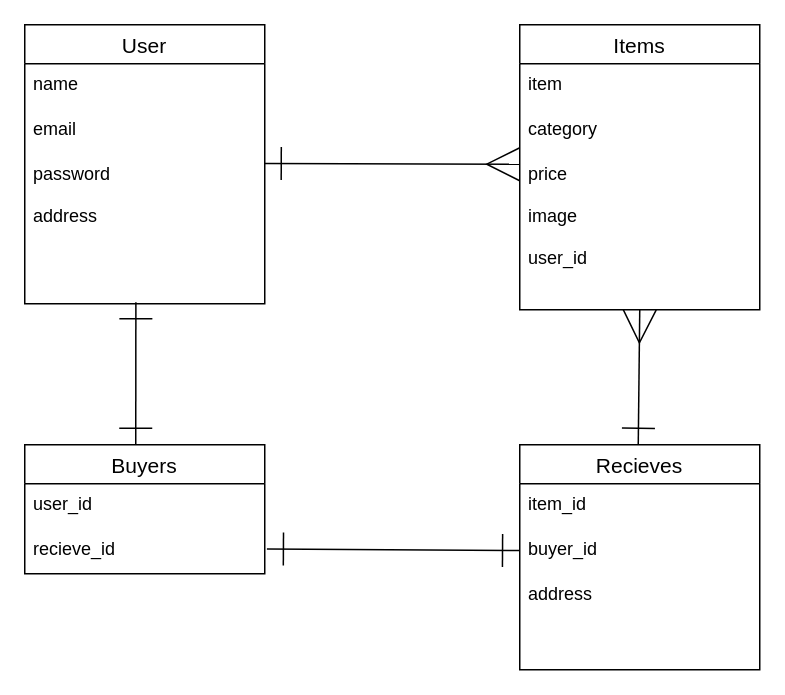
KazutakaSuzuki/furima-39272 keeps this draw.io diagram as ER.dio. Above is the earlier version. Source tidied: cells renumbered, new cells numbered last; positions are measured from the earlier drawing's top-left corner, leaving out a move shared by most shapes. Both pictures are drawn from the tidied source at 150%, with x=0, y=0 at pixel (24, 24).
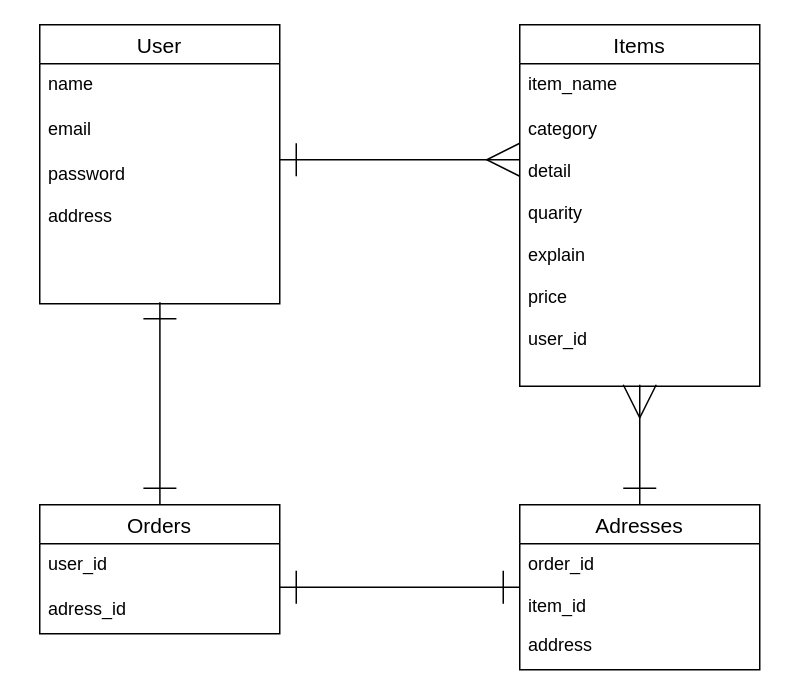
The same diagram, later.

Commit message (it also covers changes not shown here):
ER図/テーブル設計修正1

Unchanged cells that the change refers to:
```xml
<mxCell id="5" value="password&#10;&#10;address" style="text;strokeColor=none;fillColor=none;spacingLeft=4;spacingRight=4;overflow=hidden;points=[[0,0.5],[1,0.5]];portConstraint=eastwest;fontSize=12;" parent="2" vertex="1">
  <mxGeometry y="86" width="160" height="100" as="geometry" />
</mxCell>
```

Diff of the diagram source:
```diff
@@
     <mxCell id="2" value="User" style="swimlane;fontStyle=0;horizontal=1;startSize=26;align=center;fontSize=14;" parent="1" vertex="1">
-      <mxGeometry width="160" height="186" as="geometry" />
+      <mxGeometry x="10" width="160" height="186" as="geometry" />
     </mxCell>
@@
-    <mxCell id="6" value="Items" style="swimlane;fontStyle=0;horizontal=1;startSize=26;align=center;fontSize=14;" parent="1" vertex="1">
-      <mxGeometry x="330" width="160" height="190" as="geometry" />
+    <mxCell id="6" value="Items" style="swimlane;fontStyle=0;horizontal=1;startSize=26;align=center;fontSize=14;swimlaneLine=1;strokeColor=default;" parent="1" vertex="1">
+      <mxGeometry x="330" width="160" height="241" as="geometry" />
     </mxCell>
-    <mxCell id="7" value="item" style="text;strokeColor=none;fillColor=none;spacingLeft=4;spacingRight=4;overflow=hidden;fontSize=12;" parent="6" vertex="1">
+    <mxCell id="7" value="item_name" style="text;strokeColor=none;fillColor=none;spacingLeft=4;spacingRight=4;overflow=hidden;fontSize=12;" parent="6" vertex="1">
       <mxGeometry y="26" width="160" height="30" as="geometry" />
     </mxCell>
-    <mxCell id="8" value="category" style="text;strokeColor=none;fillColor=none;spacingLeft=4;spacingRight=4;overflow=hidden;fontSize=12;" parent="6" vertex="1">
-      <mxGeometry y="56" width="160" height="30" as="geometry" />
+    <mxCell id="8" value="category&#10;&#10;detail&#10;&#10;quarity&#10;&#10;explain&#10;&#10;price&#10;&#10;user_id&#10;&#10;&#10;&#10;&#10;&#10;&#10;&#10;&#10;" style="text;strokeColor=none;fillColor=none;spacingLeft=4;spacingRight=4;overflow=hidden;fontSize=12;" parent="6" vertex="1">
+      <mxGeometry y="56" width="160" height="185" as="geometry" />
     </mxCell>
-    <mxCell id="9" value="price&#10;&#10;image&#10;&#10;user_id&#10;" style="text;strokeColor=none;fillColor=none;spacingLeft=4;spacingRight=4;overflow=hidden;fontSize=12;" parent="6" vertex="1">
-      <mxGeometry y="86" width="160" height="104" as="geometry" />
-    </mxCell>
-    <mxCell id="10" value="Recieves" style="swimlane;fontStyle=0;horizontal=1;startSize=26;align=center;fontSize=14;" parent="1" vertex="1">
-      <mxGeometry x="330" y="280" width="160" height="150" as="geometry" />
+    <mxCell id="10" value="Adresses" style="swimlane;fontStyle=0;horizontal=1;startSize=26;align=center;fontSize=14;" parent="1" vertex="1">
+      <mxGeometry x="330" y="320" width="160" height="110" as="geometry" />
     </mxCell>
+    <mxCell id="13" value="order_id&#10;&#10;item_id" style="text;strokeColor=none;fillColor=none;spacingLeft=4;spacingRight=4;overflow=hidden;fontSize=12;" parent="10" vertex="1">
+      <mxGeometry y="26" width="160" height="54" as="geometry" />
+    </mxCell>
-    <mxCell id="11" value="item_id" style="text;strokeColor=none;fillColor=none;spacingLeft=4;spacingRight=4;overflow=hidden;fontSize=12;" parent="10" vertex="1">
-      <mxGeometry y="26" width="160" height="30" as="geometry" />
+    <mxCell id="11" value="address&#10;" style="text;strokeColor=none;fillColor=none;spacingLeft=4;spacingRight=4;overflow=hidden;fontSize=12;" parent="10" vertex="1">
+      <mxGeometry y="80" width="160" height="30" as="geometry" />
     </mxCell>
-    <mxCell id="12" value="buyer_id" style="text;strokeColor=none;fillColor=none;spacingLeft=4;spacingRight=4;overflow=hidden;points=[[0,0.5],[1,0.5]];portConstraint=eastwest;fontSize=12;" parent="10" vertex="1">
-      <mxGeometry y="56" width="160" height="30" as="geometry" />
-    </mxCell>
-    <mxCell id="13" value="address" style="text;strokeColor=none;fillColor=none;spacingLeft=4;spacingRight=4;overflow=hidden;fontSize=12;" parent="10" vertex="1">
-      <mxGeometry y="86" width="160" height="64" as="geometry" />
-    </mxCell>
     <mxCell id="14" style="endArrow=ERmany;html=1;rounded=0;strokeWidth=1;endSize=20;targetPerimeterSpacing=20;jumpSize=6;startArrow=ERone;startFill=0;sourcePerimeterSpacing=20;endFill=0;startSize=20;" parent="1" edge="1">
       <mxGeometry relative="1" as="geometry">
-        <mxPoint x="409" y="280" as="sourcePoint" />
-        <mxPoint x="410" y="190" as="targetPoint" />
+        <mxPoint x="410" y="320" as="sourcePoint" />
+        <mxPoint x="410" y="240" as="targetPoint" />
       </mxGeometry>
     </mxCell>
-    <mxCell id="15" style="endArrow=ERone;html=1;rounded=0;strokeWidth=1;endSize=20;targetPerimeterSpacing=20;jumpSize=6;exitX=0.463;exitY=0.99;exitDx=0;exitDy=0;exitPerimeter=0;startArrow=ERone;startFill=0;sourcePerimeterSpacing=20;endFill=0;startSize=20;" parent="1" edge="1" source="5">
+    <mxCell id="15" style="endArrow=ERone;html=1;rounded=0;strokeWidth=1;endSize=20;targetPerimeterSpacing=20;jumpSize=6;exitX=0.463;exitY=0.99;exitDx=0;exitDy=0;exitPerimeter=0;startArrow=ERone;startFill=0;sourcePerimeterSpacing=20;endFill=0;startSize=20;entryX=0.463;entryY=0;entryDx=0;entryDy=0;entryPerimeter=0;" parent="1" edge="1">
       <mxGeometry relative="1" as="geometry">
-        <mxPoint x="74" y="280" as="targetPoint" />
+        <mxPoint x="90.1" y="185" as="sourcePoint" />
+        <mxPoint x="90.1" y="320" as="targetPoint" />
       </mxGeometry>
     </mxCell>
-    <mxCell id="16" style="endArrow=ERmany;html=1;rounded=0;strokeWidth=1;endSize=20;targetPerimeterSpacing=20;jumpSize=6;exitX=1;exitY=0.65;exitDx=0;exitDy=0;exitPerimeter=0;startArrow=ERone;startFill=0;sourcePerimeterSpacing=20;endFill=0;startSize=20;" parent="1" edge="1">
+    <mxCell id="16" style="endArrow=ERmany;html=1;rounded=0;strokeWidth=1;endSize=20;targetPerimeterSpacing=20;jumpSize=6;startArrow=ERone;startFill=0;sourcePerimeterSpacing=20;endFill=0;startSize=20;" parent="1" edge="1">
       <mxGeometry relative="1" as="geometry">
-        <mxPoint x="160" y="92.5" as="sourcePoint" />
-        <mxPoint x="330" y="93" as="targetPoint" />
+        <mxPoint x="170" y="90" as="sourcePoint" />
+        <mxPoint x="330" y="90" as="targetPoint" />
       </mxGeometry>
     </mxCell>
-    <mxCell id="17" value="Buyers" style="swimlane;fontStyle=0;horizontal=1;startSize=26;align=center;fontSize=14;" parent="1" vertex="1">
-      <mxGeometry y="280" width="160" height="86" as="geometry" />
+    <mxCell id="17" value="Orders" style="swimlane;fontStyle=0;horizontal=1;startSize=26;align=center;fontSize=14;" parent="1" vertex="1">
+      <mxGeometry x="10" y="320" width="160" height="86" as="geometry" />
     </mxCell>
@@
-    <mxCell id="19" value="recieve_id" style="text;strokeColor=none;fillColor=none;spacingLeft=4;spacingRight=4;overflow=hidden;points=[[0,0.5],[1,0.5]];portConstraint=eastwest;fontSize=12;" parent="17" vertex="1">
+    <mxCell id="19" value="adress_id" style="text;strokeColor=none;fillColor=none;spacingLeft=4;spacingRight=4;overflow=hidden;points=[[0,0.5],[1,0.5]];portConstraint=eastwest;fontSize=12;" parent="17" vertex="1">
       <mxGeometry y="56" width="160" height="30" as="geometry" />
     </mxCell>
-    <mxCell id="20" style="endArrow=ERone;html=1;rounded=0;strokeWidth=1;endSize=20;targetPerimeterSpacing=20;jumpSize=6;exitX=-0.003;exitY=0.483;exitDx=0;exitDy=0;exitPerimeter=0;startArrow=ERone;startFill=0;sourcePerimeterSpacing=20;endFill=0;startSize=20;entryX=1.009;entryY=0.45;entryDx=0;entryDy=0;entryPerimeter=0;" parent="1" edge="1" source="12" target="19">
-      <mxGeometry relative="1" as="geometry" />
+    <mxCell id="20" style="endArrow=ERone;html=1;rounded=0;strokeWidth=1;endSize=20;targetPerimeterSpacing=20;jumpSize=6;startArrow=ERone;startFill=0;sourcePerimeterSpacing=20;endFill=0;startSize=20;" parent="1" edge="1">
+      <mxGeometry relative="1" as="geometry">
+        <mxPoint x="330" y="375" as="sourcePoint" />
+        <mxPoint x="170" y="375" as="targetPoint" />
+      </mxGeometry>
     </mxCell>
```
